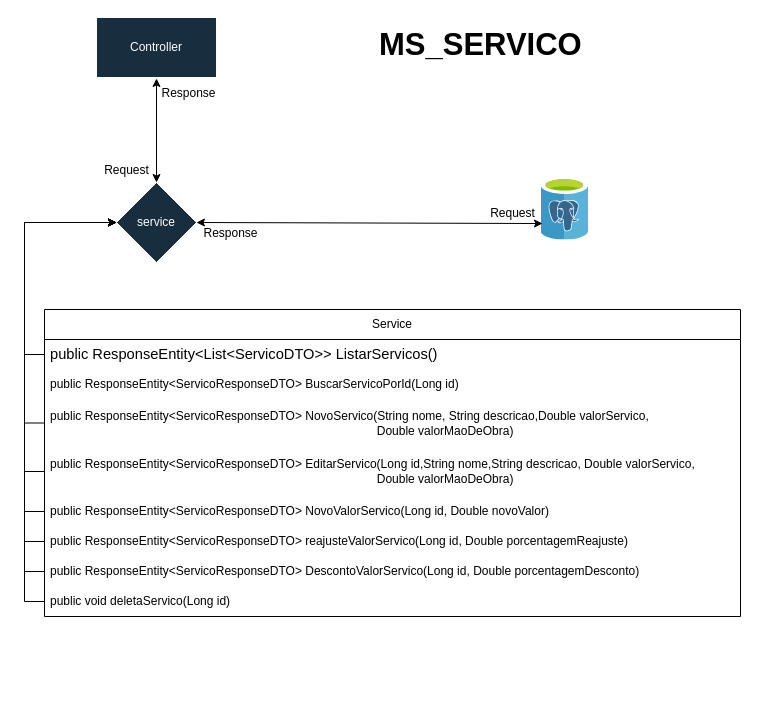
Before: page "Diagrama de funcionamento Ms_Servico" (5 of 6) of Doc/Diagrama de Funcionamento.drawio in marcelquin/new-Backend-project-Services-FullStack, a draw.io diagram. Source tidied: cells renumbered, new cells numbered last; positions are measured from the earlier drawing's top-left corner, leaving out a move shared by most shapes. Both pictures are drawn from the tidied source at 100%, with x=0, y=0 at pixel (44, 17).
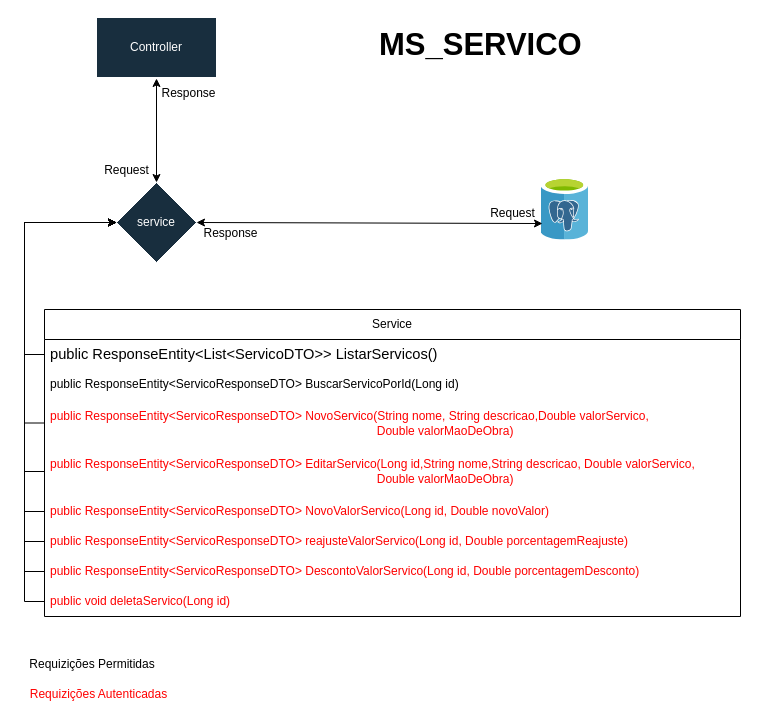
The same diagram, later.

The change refers to these unchanged cells:
```xml
<mxCell id="6" value="Service" style="swimlane;fontStyle=0;horizontal=1;startSize=30;whiteSpace=wrap;html=1;" parent="1" vertex="1">
  <mxGeometry y="292" width="696" height="307" as="geometry" />
</mxCell>
```

What changed in the source:
```diff
@@
-    <mxCell id="9" value="&lt;div&gt;public ResponseEntity&amp;lt;ServicoResponseDTO&amp;gt; NovoServico(String nome,&amp;nbsp;&lt;span style=&quot;background-color: initial;&quot;&gt;String descricao,&lt;/span&gt;&lt;span style=&quot;background-color: initial;&quot;&gt;Double valorServico,&lt;/span&gt;&lt;/div&gt;&lt;div&gt;&lt;span style=&quot;background-color: initial;&quot;&gt;&amp;nbsp; &lt;span style=&quot;white-space: pre;&quot;&gt;&#9;&lt;/span&gt;&lt;span style=&quot;white-space: pre;&quot;&gt;&#9;&lt;/span&gt;&lt;span style=&quot;white-space: pre;&quot;&gt;&#9;&lt;/span&gt;&lt;span style=&quot;white-space: pre;&quot;&gt;&#9;&lt;/span&gt;&lt;span style=&quot;white-space: pre;&quot;&gt;&#9;&lt;/span&gt;&lt;span style=&quot;white-space: pre;&quot;&gt;&#9;&lt;/span&gt;&lt;span style=&quot;white-space: pre;&quot;&gt;&#9;&lt;/span&gt;&lt;span style=&quot;white-space: pre;&quot;&gt;&#9;&lt;/span&gt;&lt;span style=&quot;white-space: pre;&quot;&gt;&#9;&lt;/span&gt;&lt;span style=&quot;white-space: pre;&quot;&gt;&#9;&lt;/span&gt;&lt;span style=&quot;white-space: pre;&quot;&gt;&#9;&lt;/span&gt;&lt;span style=&quot;white-space: pre;&quot;&gt;&#9;&lt;/span&gt;&amp;nbsp; Double valorMaoDeObra)&lt;/span&gt;&lt;/div&gt;" style="text;strokeColor=none;fillColor=none;align=left;verticalAlign=middle;spacingLeft=4;spacingRight=4;overflow=hidden;points=[[0,0.5],[1,0.5]];portConstraint=eastwest;whiteSpace=wrap;html=1;" parent="6" vertex="1">
+    <mxCell id="9" value="&lt;div&gt;&lt;font color=&quot;#ff0000&quot;&gt;public ResponseEntity&amp;lt;ServicoResponseDTO&amp;gt; NovoServico(String nome,&amp;nbsp;&lt;span style=&quot;background-color: initial;&quot;&gt;String descricao,&lt;/span&gt;&lt;span style=&quot;background-color: initial;&quot;&gt;Double valorServico,&lt;/span&gt;&lt;/font&gt;&lt;/div&gt;&lt;div&gt;&lt;span style=&quot;background-color: initial;&quot;&gt;&lt;font color=&quot;#ff0000&quot;&gt;&amp;nbsp; &lt;span style=&quot;white-space: pre;&quot;&gt;&#9;&lt;/span&gt;&lt;span style=&quot;white-space: pre;&quot;&gt;&#9;&lt;/span&gt;&lt;span style=&quot;white-space: pre;&quot;&gt;&#9;&lt;/span&gt;&lt;span style=&quot;white-space: pre;&quot;&gt;&#9;&lt;/span&gt;&lt;span style=&quot;white-space: pre;&quot;&gt;&#9;&lt;/span&gt;&lt;span style=&quot;white-space: pre;&quot;&gt;&#9;&lt;/span&gt;&lt;span style=&quot;white-space: pre;&quot;&gt;&#9;&lt;/span&gt;&lt;span style=&quot;white-space: pre;&quot;&gt;&#9;&lt;/span&gt;&lt;span style=&quot;white-space: pre;&quot;&gt;&#9;&lt;/span&gt;&lt;span style=&quot;white-space: pre;&quot;&gt;&#9;&lt;/span&gt;&lt;span style=&quot;white-space: pre;&quot;&gt;&#9;&lt;/span&gt;&lt;span style=&quot;white-space: pre;&quot;&gt;&#9;&lt;/span&gt;&amp;nbsp; Double valorMaoDeObra)&lt;/font&gt;&lt;/span&gt;&lt;/div&gt;" style="text;strokeColor=none;fillColor=none;align=left;verticalAlign=middle;spacingLeft=4;spacingRight=4;overflow=hidden;points=[[0,0.5],[1,0.5]];portConstraint=eastwest;whiteSpace=wrap;html=1;" parent="6" vertex="1">
       <mxGeometry y="90" width="696" height="47" as="geometry" />
     </mxCell>
-    <mxCell id="10" value="&lt;div&gt;public ResponseEntity&amp;lt;ServicoResponseDTO&amp;gt; EditarServico(Long id,&lt;span style=&quot;background-color: initial;&quot;&gt;String nome,&lt;/span&gt;&lt;span style=&quot;background-color: initial;&quot;&gt;String descricao,&lt;/span&gt;&lt;span style=&quot;background-color: initial;&quot;&gt;&amp;nbsp;Double valorServico,&lt;/span&gt;&lt;/div&gt;&lt;div&gt;&lt;span style=&quot;white-space: pre;&quot;&gt;&#9;&lt;/span&gt;&lt;span style=&quot;white-space: pre;&quot;&gt;&#9;&lt;/span&gt;&lt;span style=&quot;white-space: pre;&quot;&gt;&#9;&lt;/span&gt;&lt;span style=&quot;white-space: pre;&quot;&gt;&#9;&lt;/span&gt;&amp;nbsp; &amp;nbsp; &amp;nbsp;&amp;nbsp;&amp;nbsp; &amp;nbsp; &amp;nbsp; &amp;nbsp; &amp;nbsp; &amp;nbsp; &amp;nbsp; &amp;nbsp; &amp;nbsp; &amp;nbsp; &amp;nbsp; &amp;nbsp; &amp;nbsp; &amp;nbsp; &amp;nbsp; &amp;nbsp; &amp;nbsp; &amp;nbsp; &amp;nbsp; &amp;nbsp; &amp;nbsp; &amp;nbsp; &amp;nbsp; &amp;nbsp; &amp;nbsp; &amp;nbsp; &amp;nbsp; &amp;nbsp; &amp;nbsp; &amp;nbsp; Double valorMaoDeObra)&lt;/div&gt;" style="text;strokeColor=none;fillColor=none;align=left;verticalAlign=middle;spacingLeft=4;spacingRight=4;overflow=hidden;points=[[0,0.5],[1,0.5]];portConstraint=eastwest;whiteSpace=wrap;html=1;" parent="6" vertex="1">
+    <mxCell id="10" value="&lt;div&gt;&lt;font color=&quot;#ff0000&quot;&gt;public ResponseEntity&amp;lt;ServicoResponseDTO&amp;gt; EditarServico(Long id,&lt;span style=&quot;background-color: initial;&quot;&gt;String nome,&lt;/span&gt;&lt;span style=&quot;background-color: initial;&quot;&gt;String descricao,&lt;/span&gt;&lt;span style=&quot;background-color: initial;&quot;&gt;&amp;nbsp;Double valorServico,&lt;/span&gt;&lt;/font&gt;&lt;/div&gt;&lt;div&gt;&lt;font color=&quot;#ff0000&quot;&gt;&lt;span style=&quot;white-space: pre;&quot;&gt;&#9;&lt;/span&gt;&lt;span style=&quot;white-space: pre;&quot;&gt;&#9;&lt;/span&gt;&lt;span style=&quot;white-space: pre;&quot;&gt;&#9;&lt;/span&gt;&lt;span style=&quot;white-space: pre;&quot;&gt;&#9;&lt;/span&gt;&amp;nbsp; &amp;nbsp; &amp;nbsp;&amp;nbsp;&amp;nbsp; &amp;nbsp; &amp;nbsp; &amp;nbsp; &amp;nbsp; &amp;nbsp; &amp;nbsp; &amp;nbsp; &amp;nbsp; &amp;nbsp; &amp;nbsp; &amp;nbsp; &amp;nbsp; &amp;nbsp; &amp;nbsp; &amp;nbsp; &amp;nbsp; &amp;nbsp; &amp;nbsp; &amp;nbsp; &amp;nbsp; &amp;nbsp; &amp;nbsp; &amp;nbsp; &amp;nbsp; &amp;nbsp; &amp;nbsp; &amp;nbsp; &amp;nbsp; &amp;nbsp; Double valorMaoDeObra)&lt;/font&gt;&lt;/div&gt;" style="text;strokeColor=none;fillColor=none;align=left;verticalAlign=middle;spacingLeft=4;spacingRight=4;overflow=hidden;points=[[0,0.5],[1,0.5]];portConstraint=eastwest;whiteSpace=wrap;html=1;" parent="6" vertex="1">
       <mxGeometry y="137" width="696" height="50" as="geometry" />
     </mxCell>
-    <mxCell id="11" value="&lt;div&gt;public ResponseEntity&amp;lt;ServicoResponseDTO&amp;gt; NovoValorServico(Long id,&amp;nbsp;&lt;span style=&quot;background-color: initial;&quot;&gt;Double novoValor)&lt;/span&gt;&lt;/div&gt;" style="text;strokeColor=none;fillColor=none;align=left;verticalAlign=middle;spacingLeft=4;spacingRight=4;overflow=hidden;points=[[0,0.5],[1,0.5]];portConstraint=eastwest;whiteSpace=wrap;html=1;" parent="6" vertex="1">
+    <mxCell id="11" value="&lt;div&gt;&lt;font color=&quot;#ff0000&quot;&gt;public ResponseEntity&amp;lt;ServicoResponseDTO&amp;gt; NovoValorServico(Long id,&amp;nbsp;&lt;span style=&quot;background-color: initial;&quot;&gt;Double novoValor)&lt;/span&gt;&lt;/font&gt;&lt;/div&gt;" style="text;strokeColor=none;fillColor=none;align=left;verticalAlign=middle;spacingLeft=4;spacingRight=4;overflow=hidden;points=[[0,0.5],[1,0.5]];portConstraint=eastwest;whiteSpace=wrap;html=1;" parent="6" vertex="1">
       <mxGeometry y="187" width="696" height="30" as="geometry" />
     </mxCell>
-    <mxCell id="12" value="&lt;div&gt;public ResponseEntity&amp;lt;ServicoResponseDTO&amp;gt; reajusteValorServico(Long id,&lt;span style=&quot;background-color: initial;&quot;&gt;&amp;nbsp;Double porcentagemReajuste)&lt;/span&gt;&lt;/div&gt;" style="text;strokeColor=none;fillColor=none;align=left;verticalAlign=middle;spacingLeft=4;spacingRight=4;overflow=hidden;points=[[0,0.5],[1,0.5]];portConstraint=eastwest;whiteSpace=wrap;html=1;" parent="6" vertex="1">
+    <mxCell id="12" value="&lt;div&gt;&lt;font color=&quot;#ff0000&quot;&gt;public ResponseEntity&amp;lt;ServicoResponseDTO&amp;gt; reajusteValorServico(Long id,&lt;span style=&quot;background-color: initial;&quot;&gt;&amp;nbsp;Double porcentagemReajuste)&lt;/span&gt;&lt;/font&gt;&lt;/div&gt;" style="text;strokeColor=none;fillColor=none;align=left;verticalAlign=middle;spacingLeft=4;spacingRight=4;overflow=hidden;points=[[0,0.5],[1,0.5]];portConstraint=eastwest;whiteSpace=wrap;html=1;" parent="6" vertex="1">
       <mxGeometry y="217" width="696" height="30" as="geometry" />
     </mxCell>
-    <mxCell id="13" value="&lt;div&gt;public ResponseEntity&amp;lt;ServicoResponseDTO&amp;gt; DescontoValorServico(Long id,&amp;nbsp;&lt;span style=&quot;background-color: initial;&quot;&gt;Double porcentagemDesconto)&lt;/span&gt;&lt;/div&gt;" style="text;strokeColor=none;fillColor=none;align=left;verticalAlign=middle;spacingLeft=4;spacingRight=4;overflow=hidden;points=[[0,0.5],[1,0.5]];portConstraint=eastwest;whiteSpace=wrap;html=1;" parent="6" vertex="1">
+    <mxCell id="13" value="&lt;div&gt;&lt;font color=&quot;#ff0000&quot;&gt;public ResponseEntity&amp;lt;ServicoResponseDTO&amp;gt; DescontoValorServico(Long id,&amp;nbsp;&lt;span style=&quot;background-color: initial;&quot;&gt;Double porcentagemDesconto)&lt;/span&gt;&lt;/font&gt;&lt;/div&gt;" style="text;strokeColor=none;fillColor=none;align=left;verticalAlign=middle;spacingLeft=4;spacingRight=4;overflow=hidden;points=[[0,0.5],[1,0.5]];portConstraint=eastwest;whiteSpace=wrap;html=1;" parent="6" vertex="1">
       <mxGeometry y="247" width="696" height="30" as="geometry" />
     </mxCell>
-    <mxCell id="14" value="public void deletaServico(Long id)" style="text;strokeColor=none;fillColor=none;align=left;verticalAlign=middle;spacingLeft=4;spacingRight=4;overflow=hidden;points=[[0,0.5],[1,0.5]];portConstraint=eastwest;whiteSpace=wrap;html=1;" parent="6" vertex="1">
+    <mxCell id="14" value="&lt;font color=&quot;#ff0000&quot;&gt;public void deletaServico(Long id)&lt;/font&gt;" style="text;strokeColor=none;fillColor=none;align=left;verticalAlign=middle;spacingLeft=4;spacingRight=4;overflow=hidden;points=[[0,0.5],[1,0.5]];portConstraint=eastwest;whiteSpace=wrap;html=1;" parent="6" vertex="1">
       <mxGeometry y="277" width="696" height="30" as="geometry" />
     </mxCell>
@@
+    <mxCell id="29" value="Requizições Permitidas" style="text;html=1;align=center;verticalAlign=middle;whiteSpace=wrap;rounded=0;" parent="1" vertex="1">
+      <mxGeometry x="-21" y="632" width="138" height="30" as="geometry" />
+    </mxCell>
+    <mxCell id="30" value="&lt;font color=&quot;#ff0000&quot;&gt;Requizições Autenticadas&lt;/font&gt;" style="text;html=1;align=center;verticalAlign=middle;whiteSpace=wrap;rounded=0;" parent="1" vertex="1">
+      <mxGeometry x="-25" y="662" width="159" height="30" as="geometry" />
+    </mxCell>
```
